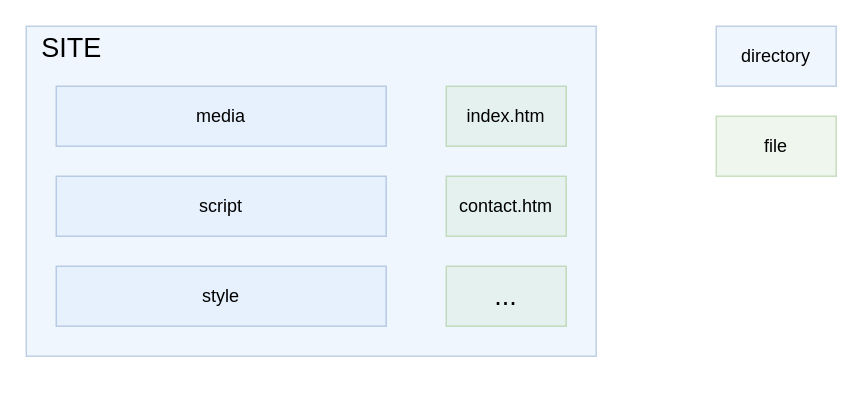
Above: page "Site Layout" (15 of 20) of doc/model/diagrams.drawio in js-lib-com/wood (draw.io), before the change. Source tidied: cells renumbered, new cells numbered last; positions are measured from the earlier drawing's top-left corner, leaving out a move shared by most shapes. Both pictures are drawn from the tidied source at 150%, with x=0, y=0 at pixel (26, 26).
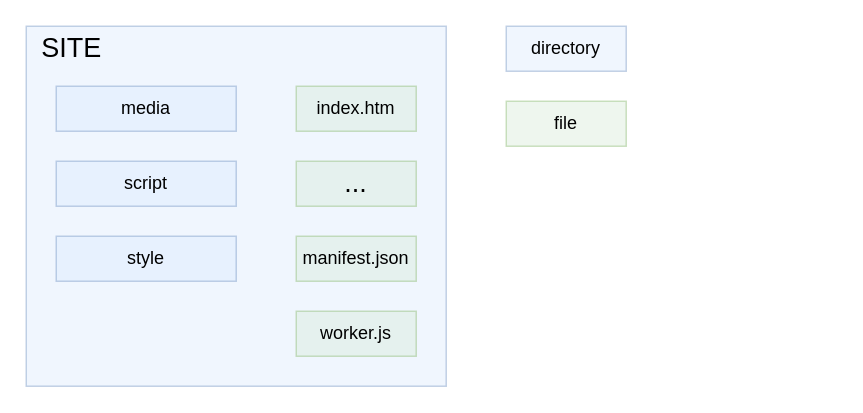
Above is the later version.

Diff of the diagram source:
```diff
@@
 <mxGraphModel>
   <root>
     <mxCell id="0" />
     <mxCell id="1" parent="0" />
     <mxCell id="2" style="rounded=0;whiteSpace=wrap;html=1;fillColor=#dae8fc;strokeColor=#6c8ebf;opacity=40;" parent="1" vertex="1">
-      <mxGeometry width="380" height="220" as="geometry" />
+      <mxGeometry width="280" height="240" as="geometry" />
     </mxCell>
     <mxCell id="3" value="media" style="rounded=0;whiteSpace=wrap;html=1;fillColor=#dae8fc;strokeColor=#6c8ebf;opacity=40;" parent="1" vertex="1">
-      <mxGeometry x="20" y="40" width="220" height="40" as="geometry" />
+      <mxGeometry x="20" y="40" width="120" height="30" as="geometry" />
     </mxCell>
     <mxCell id="4" value="script" style="rounded=0;whiteSpace=wrap;html=1;opacity=40;fillColor=#dae8fc;strokeColor=#6c8ebf;" parent="1" vertex="1">
-      <mxGeometry x="20" y="100" width="220" height="40" as="geometry" />
+      <mxGeometry x="20" y="90" width="120" height="30" as="geometry" />
     </mxCell>
     <mxCell id="5" value="style" style="rounded=0;whiteSpace=wrap;html=1;opacity=40;fillColor=#dae8fc;strokeColor=#6c8ebf;" parent="1" vertex="1">
-      <mxGeometry x="20" y="160" width="220" height="40" as="geometry" />
+      <mxGeometry x="20" y="140" width="120" height="30" as="geometry" />
     </mxCell>
     <mxCell id="6" value="SITE" style="text;html=1;align=center;verticalAlign=middle;strokeColor=none;fillColor=none;fontSize=18;spacing=0;" parent="1" vertex="1">
       <mxGeometry width="60" height="30" as="geometry" />
     </mxCell>
     <mxCell id="7" value="index.htm" style="rounded=0;whiteSpace=wrap;html=1;fontSize=12;opacity=40;fillColor=#d5e8d4;strokeColor=#82b366;" parent="1" vertex="1">
-      <mxGeometry x="280" y="40" width="80" height="40" as="geometry" />
+      <mxGeometry x="180" y="40" width="80" height="30" as="geometry" />
     </mxCell>
-    <mxCell id="8" value="contact.htm" style="rounded=0;whiteSpace=wrap;html=1;fontSize=12;opacity=40;fillColor=#d5e8d4;strokeColor=#82b366;" parent="1" vertex="1">
-      <mxGeometry x="280" y="100" width="80" height="40" as="geometry" />
+    <mxCell id="8" value="manifest.json" style="rounded=0;whiteSpace=wrap;html=1;fontSize=12;opacity=40;fillColor=#d5e8d4;strokeColor=#82b366;" parent="1" vertex="1">
+      <mxGeometry x="180" y="140" width="80" height="30" as="geometry" />
     </mxCell>
     <mxCell id="9" value="..." style="rounded=0;whiteSpace=wrap;html=1;fontSize=18;opacity=40;fillColor=#d5e8d4;strokeColor=#82b366;" parent="1" vertex="1">
-      <mxGeometry x="280" y="160" width="80" height="40" as="geometry" />
+      <mxGeometry x="180" y="90" width="80" height="30" as="geometry" />
     </mxCell>
     <mxCell id="10" value="directory" style="rounded=0;whiteSpace=wrap;html=1;fillColor=#dae8fc;strokeColor=#6c8ebf;opacity=40;" parent="1" vertex="1">
-      <mxGeometry x="460" width="80" height="40" as="geometry" />
+      <mxGeometry x="320" width="80" height="30" as="geometry" />
     </mxCell>
     <mxCell id="11" value="file" style="rounded=0;whiteSpace=wrap;html=1;fontSize=12;opacity=40;fillColor=#d5e8d4;strokeColor=#82b366;" parent="1" vertex="1">
-      <mxGeometry x="460" y="60" width="80" height="40" as="geometry" />
+      <mxGeometry x="320" y="50" width="80" height="30" as="geometry" />
     </mxCell>
+    <mxCell id="12" value="worker.js" style="rounded=0;whiteSpace=wrap;html=1;fontSize=12;opacity=40;fillColor=#d5e8d4;strokeColor=#82b366;" parent="1" vertex="1">
+      <mxGeometry x="180" y="190" width="80" height="30" as="geometry" />
+    </mxCell>
   </root>
 </mxGraphModel>
```
